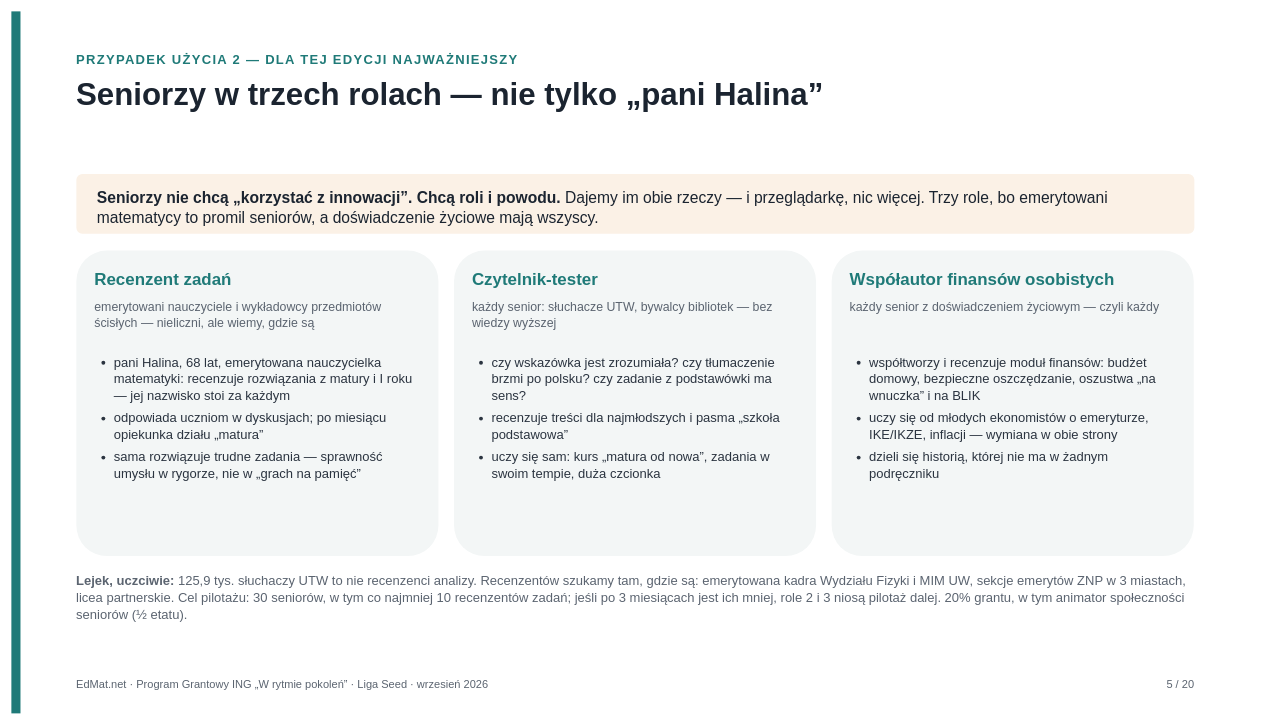
This is page "5 Seniorzy w trzech rolach" (5 of 21) of grant/ING-2026/EdMat-ING-2026.drawio from tryingtodosth/edmat, a draw.io file, before an edit. Source tidied: cells renumbered, new cells numbered last; positions are measured from the earlier drawing's top-left corner, leaving out a move shared by most shapes. Both pictures are drawn from the tidied source at 65%, with x=0, y=0 at pixel (11, 11).
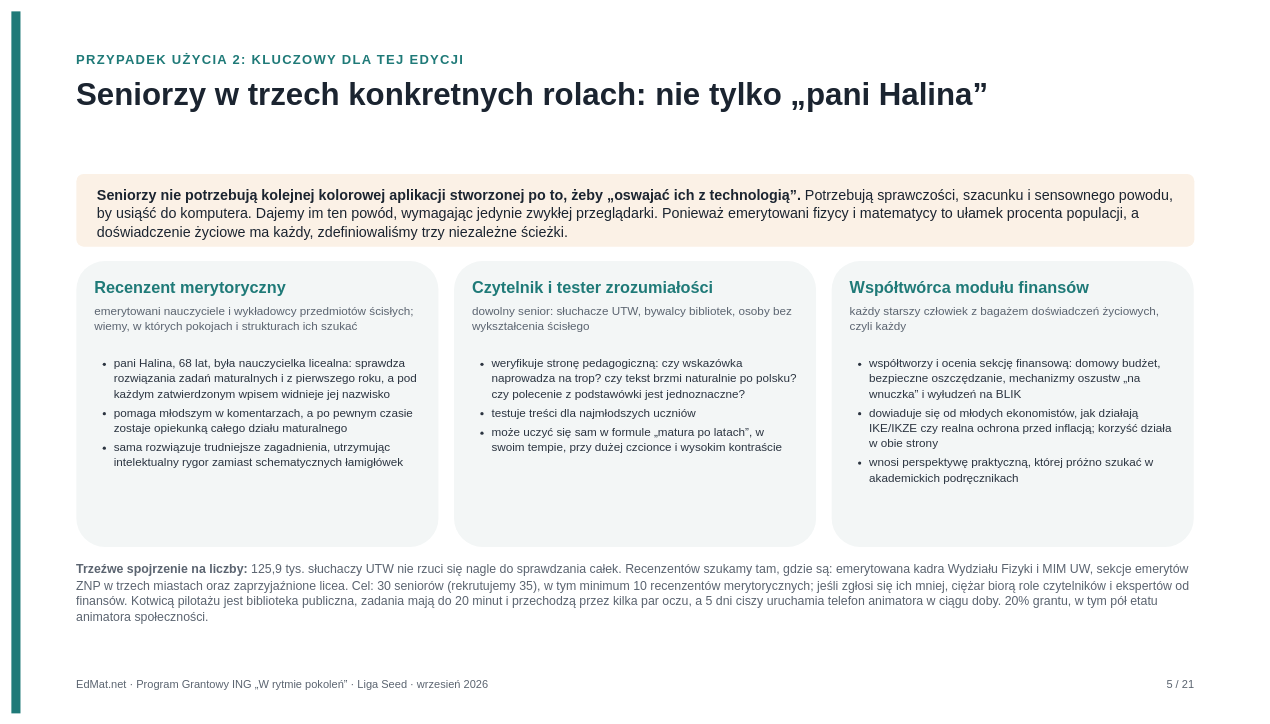
The same page after the edit.

What changed in the source:
```diff
@@
-    <mxCell id="4" value="&lt;span style=&quot;letter-spacing:2px&quot;&gt;PRZYPADEK UŻYCIA 2 — DLA TEJ EDYCJI NAJWAŻNIEJSZY&lt;/span&gt;" style="text;html=1;strokeColor=none;fillColor=none;align=left;verticalAlign=top;whiteSpace=wrap;overflow=visible;fontFamily=Helvetica;fontSize=20;fontColor=#1F7A78;fontStyle=1;spacing=0;spacingTop=0;spacingLeft=0;spacingRight=0;spacingBottom=0;" parent="1" vertex="1">
+    <mxCell id="4" value="&lt;span style=&quot;letter-spacing:2px&quot;&gt;PRZYPADEK UŻYCIA 2: KLUCZOWY DLA TEJ EDYCJI&lt;/span&gt;" style="text;html=1;strokeColor=none;fillColor=none;align=left;verticalAlign=top;whiteSpace=wrap;overflow=visible;fontFamily=Helvetica;fontSize=20;fontColor=#1F7A78;fontStyle=1;spacing=0;spacingTop=0;spacingLeft=0;spacingRight=0;spacingBottom=0;" parent="1" vertex="1">
       <mxGeometry x="100" y="58" width="1720" height="34" as="geometry" />
     </mxCell>
-    <mxCell id="5" value="&lt;div style=&quot;line-height:1.15&quot;&gt;Seniorzy w trzech rolach — nie tylko „pani Halina”&lt;/div&gt;" style="text;html=1;strokeColor=none;fillColor=none;align=left;verticalAlign=top;whiteSpace=wrap;overflow=visible;fontFamily=Helvetica;fontSize=48;fontColor=#1B2430;fontStyle=1;spacing=0;spacingTop=0;spacingLeft=0;spacingRight=0;spacingBottom=0;" parent="1" vertex="1">
+    <mxCell id="5" value="&lt;div style=&quot;line-height:1.15&quot;&gt;Seniorzy w trzech konkretnych rolach: nie tylko „pani Halina”&lt;/div&gt;" style="text;html=1;strokeColor=none;fillColor=none;align=left;verticalAlign=top;whiteSpace=wrap;overflow=visible;fontFamily=Helvetica;fontSize=48;fontColor=#1B2430;fontStyle=1;spacing=0;spacingTop=0;spacingLeft=0;spacingRight=0;spacingBottom=0;" parent="1" vertex="1">
       <mxGeometry x="100" y="96" width="1720" height="120" as="geometry" />
     </mxCell>
     <mxCell id="6" style="rounded=1;arcSize=10;whiteSpace=wrap;html=1;fillColor=#FBF1E6;strokeColor=none;strokeWidth=1;fontFamily=Helvetica;" parent="1" vertex="1">
-      <mxGeometry x="100" y="250" width="1720" height="92" as="geometry" />
+      <mxGeometry x="100" y="250" width="1720" height="112" as="geometry" />
     </mxCell>
-    <mxCell id="7" value="&lt;div style=&quot;line-height:1.3&quot;&gt;&lt;b&gt;Seniorzy nie chcą „korzystać z innowacji”. Chcą roli i powodu.&lt;/b&gt; Dajemy im obie rzeczy — i przeglądarkę, nic więcej. Trzy role, bo emerytowani matematycy to promil seniorów, a doświadczenie życiowe mają wszyscy.&lt;/div&gt;" style="text;html=1;strokeColor=none;fillColor=none;align=left;verticalAlign=top;whiteSpace=wrap;overflow=visible;fontFamily=Helvetica;fontSize=24;fontColor=#1B2430;fontStyle=0;spacing=0;spacingTop=0;spacingLeft=0;spacingRight=0;spacingBottom=0;" parent="1" vertex="1">
-      <mxGeometry x="132" y="266" width="1656" height="70" as="geometry" />
+    <mxCell id="7" value="&lt;div style=&quot;line-height:1.3&quot;&gt;&lt;b&gt;Seniorzy nie potrzebują kolejnej kolorowej aplikacji stworzonej po to, żeby „oswajać ich z technologią”.&lt;/b&gt; Potrzebują sprawczości, szacunku i sensownego powodu, by usiąść do komputera. Dajemy im ten powód, wymagając jedynie zwykłej przeglądarki. Ponieważ emerytowani fizycy i matematycy to ułamek procenta populacji, a doświadczenie życiowe ma każdy, zdefiniowaliśmy trzy niezależne ścieżki.&lt;/div&gt;" style="text;html=1;strokeColor=none;fillColor=none;align=left;verticalAlign=top;whiteSpace=wrap;overflow=visible;fontFamily=Helvetica;fontSize=22;fontColor=#1B2430;fontStyle=0;spacing=0;spacingTop=0;spacingLeft=0;spacingRight=0;spacingBottom=0;" parent="1" vertex="1">
+      <mxGeometry x="132" y="264" width="1656" height="90" as="geometry" />
     </mxCell>
     <mxCell id="8" style="rounded=1;arcSize=10;whiteSpace=wrap;html=1;fillColor=#F3F6F6;strokeColor=none;strokeWidth=1;fontFamily=Helvetica;" parent="1" vertex="1">
-      <mxGeometry x="100" y="368" width="557" height="470" as="geometry" />
+      <mxGeometry x="100" y="384" width="557" height="440" as="geometry" />
     </mxCell>
-    <mxCell id="9" value="&lt;div style=&quot;line-height:1.3&quot;&gt;Recenzent zadań&lt;/div&gt;" style="text;html=1;strokeColor=none;fillColor=none;align=left;verticalAlign=top;whiteSpace=wrap;overflow=visible;fontFamily=Helvetica;fontSize=26;fontColor=#1F7A78;fontStyle=1;spacing=0;spacingTop=0;spacingLeft=0;spacingRight=0;spacingBottom=0;" parent="1" vertex="1">
-      <mxGeometry x="128" y="392" width="501" height="44" as="geometry" />
+    <mxCell id="9" value="&lt;div style=&quot;line-height:1.3&quot;&gt;Recenzent merytoryczny&lt;/div&gt;" style="text;html=1;strokeColor=none;fillColor=none;align=left;verticalAlign=top;whiteSpace=wrap;overflow=visible;fontFamily=Helvetica;fontSize=25;fontColor=#1F7A78;fontStyle=1;spacing=0;spacingTop=0;spacingLeft=0;spacingRight=0;spacingBottom=0;" parent="1" vertex="1">
+      <mxGeometry x="128" y="404" width="501" height="44" as="geometry" />
     </mxCell>
-    <mxCell id="10" value="&lt;div style=&quot;line-height:1.3&quot;&gt;&lt;span style=&quot;color:#5B6470&quot;&gt;emerytowani nauczyciele i wykładowcy przedmiotów ścisłych — nieliczni, ale wiemy, gdzie są&lt;/span&gt;&lt;/div&gt;" style="text;html=1;strokeColor=none;fillColor=none;align=left;verticalAlign=top;whiteSpace=wrap;overflow=visible;fontFamily=Helvetica;fontSize=19;fontColor=#2B3440;fontStyle=0;spacing=0;spacingTop=0;spacingLeft=0;spacingRight=0;spacingBottom=0;" parent="1" vertex="1">
-      <mxGeometry x="128" y="438" width="501" height="80" as="geometry" />
+    <mxCell id="10" value="&lt;div style=&quot;line-height:1.3&quot;&gt;&lt;span style=&quot;color:#5B6470&quot;&gt;emerytowani nauczyciele i wykładowcy przedmiotów ścisłych; wiemy, w których pokojach i strukturach ich szukać&lt;/span&gt;&lt;/div&gt;" style="text;html=1;strokeColor=none;fillColor=none;align=left;verticalAlign=top;whiteSpace=wrap;overflow=visible;fontFamily=Helvetica;fontSize=18;fontColor=#2B3440;fontStyle=0;spacing=0;spacingTop=0;spacingLeft=0;spacingRight=0;spacingBottom=0;" parent="1" vertex="1">
+      <mxGeometry x="128" y="446" width="501" height="80" as="geometry" />
     </mxCell>
-    <mxCell id="11" value="&lt;div style=&quot;line-height:1.3&quot;&gt;&lt;ul style=&quot;margin:0;padding-left:30px&quot;&gt;&lt;li style=&quot;margin:0 0 8px 0&quot;&gt;pani Halina, 68 lat, emerytowana nauczycielka matematyki: recenzuje rozwiązania z matury i I roku — jej nazwisko stoi za każdym&lt;/li&gt;&lt;li style=&quot;margin:0 0 8px 0&quot;&gt;odpowiada uczniom w dyskusjach; po miesiącu opiekunka działu „matura”&lt;/li&gt;&lt;li style=&quot;margin:0 0 8px 0&quot;&gt;sama rozwiązuje trudne zadania — sprawność umysłu w rygorze, nie w „grach na pamięć”&lt;/li&gt;&lt;/ul&gt;&lt;/div&gt;" style="text;html=1;strokeColor=none;fillColor=none;align=left;verticalAlign=top;whiteSpace=wrap;overflow=visible;fontFamily=Helvetica;fontSize=20;fontColor=#2B3440;fontStyle=0;spacing=0;spacingTop=0;spacingLeft=0;spacingRight=0;spacingBottom=0;" parent="1" vertex="1">
-      <mxGeometry x="128" y="522" width="501" height="310" as="geometry" />
+    <mxCell id="11" value="&lt;div style=&quot;line-height:1.3&quot;&gt;&lt;ul style=&quot;margin:0;padding-left:30px&quot;&gt;&lt;li style=&quot;margin:0 0 6px 0&quot;&gt;pani Halina, 68 lat, była nauczycielka licealna: sprawdza rozwiązania zadań maturalnych i z pierwszego roku, a pod każdym zatwierdzonym wpisem widnieje jej nazwisko&lt;/li&gt;&lt;li style=&quot;margin:0 0 6px 0&quot;&gt;pomaga młodszym w komentarzach, a po pewnym czasie zostaje opiekunką całego działu maturalnego&lt;/li&gt;&lt;li style=&quot;margin:0 0 6px 0&quot;&gt;sama rozwiązuje trudniejsze zagadnienia, utrzymując intelektualny rygor zamiast schematycznych łamigłówek&lt;/li&gt;&lt;/ul&gt;&lt;/div&gt;" style="text;html=1;strokeColor=none;fillColor=none;align=left;verticalAlign=top;whiteSpace=wrap;overflow=visible;fontFamily=Helvetica;fontSize=18;fontColor=#2B3440;fontStyle=0;spacing=0;spacingTop=0;spacingLeft=0;spacingRight=0;spacingBottom=0;" parent="1" vertex="1">
+      <mxGeometry x="128" y="526" width="501" height="290" as="geometry" />
     </mxCell>
     <mxCell id="12" style="rounded=1;arcSize=10;whiteSpace=wrap;html=1;fillColor=#F3F6F6;strokeColor=none;strokeWidth=1;fontFamily=Helvetica;" parent="1" vertex="1">
-      <mxGeometry x="681" y="368" width="557" height="470" as="geometry" />
+      <mxGeometry x="681" y="384" width="557" height="440" as="geometry" />
     </mxCell>
-    <mxCell id="13" value="&lt;div style=&quot;line-height:1.3&quot;&gt;Czytelnik-tester&lt;/div&gt;" style="text;html=1;strokeColor=none;fillColor=none;align=left;verticalAlign=top;whiteSpace=wrap;overflow=visible;fontFamily=Helvetica;fontSize=26;fontColor=#1F7A78;fontStyle=1;spacing=0;spacingTop=0;spacingLeft=0;spacingRight=0;spacingBottom=0;" parent="1" vertex="1">
-      <mxGeometry x="709" y="392" width="501" height="44" as="geometry" />
+    <mxCell id="13" value="&lt;div style=&quot;line-height:1.3&quot;&gt;Czytelnik i tester zrozumiałości&lt;/div&gt;" style="text;html=1;strokeColor=none;fillColor=none;align=left;verticalAlign=top;whiteSpace=wrap;overflow=visible;fontFamily=Helvetica;fontSize=25;fontColor=#1F7A78;fontStyle=1;spacing=0;spacingTop=0;spacingLeft=0;spacingRight=0;spacingBottom=0;" parent="1" vertex="1">
+      <mxGeometry x="709" y="404" width="501" height="44" as="geometry" />
     </mxCell>
-    <mxCell id="14" value="&lt;div style=&quot;line-height:1.3&quot;&gt;&lt;span style=&quot;color:#5B6470&quot;&gt;każdy senior: słuchacze UTW, bywalcy bibliotek — bez wiedzy wyższej&lt;/span&gt;&lt;/div&gt;" style="text;html=1;strokeColor=none;fillColor=none;align=left;verticalAlign=top;whiteSpace=wrap;overflow=visible;fontFamily=Helvetica;fontSize=19;fontColor=#2B3440;fontStyle=0;spacing=0;spacingTop=0;spacingLeft=0;spacingRight=0;spacingBottom=0;" parent="1" vertex="1">
-      <mxGeometry x="709" y="438" width="501" height="80" as="geometry" />
+    <mxCell id="14" value="&lt;div style=&quot;line-height:1.3&quot;&gt;&lt;span style=&quot;color:#5B6470&quot;&gt;dowolny senior: słuchacze UTW, bywalcy bibliotek, osoby bez wykształcenia ścisłego&lt;/span&gt;&lt;/div&gt;" style="text;html=1;strokeColor=none;fillColor=none;align=left;verticalAlign=top;whiteSpace=wrap;overflow=visible;fontFamily=Helvetica;fontSize=18;fontColor=#2B3440;fontStyle=0;spacing=0;spacingTop=0;spacingLeft=0;spacingRight=0;spacingBottom=0;" parent="1" vertex="1">
+      <mxGeometry x="709" y="446" width="501" height="80" as="geometry" />
     </mxCell>
-    <mxCell id="15" value="&lt;div style=&quot;line-height:1.3&quot;&gt;&lt;ul style=&quot;margin:0;padding-left:30px&quot;&gt;&lt;li style=&quot;margin:0 0 8px 0&quot;&gt;czy wskazówka jest zrozumiała? czy tłumaczenie brzmi po polsku? czy zadanie z podstawówki ma sens?&lt;/li&gt;&lt;li style=&quot;margin:0 0 8px 0&quot;&gt;recenzuje treści dla najmłodszych i pasma „szkoła podstawowa”&lt;/li&gt;&lt;li style=&quot;margin:0 0 8px 0&quot;&gt;uczy się sam: kurs „matura od nowa”, zadania w swoim tempie, duża czcionka&lt;/li&gt;&lt;/ul&gt;&lt;/div&gt;" style="text;html=1;strokeColor=none;fillColor=none;align=left;verticalAlign=top;whiteSpace=wrap;overflow=visible;fontFamily=Helvetica;fontSize=20;fontColor=#2B3440;fontStyle=0;spacing=0;spacingTop=0;spacingLeft=0;spacingRight=0;spacingBottom=0;" parent="1" vertex="1">
-      <mxGeometry x="709" y="522" width="501" height="310" as="geometry" />
+    <mxCell id="15" value="&lt;div style=&quot;line-height:1.3&quot;&gt;&lt;ul style=&quot;margin:0;padding-left:30px&quot;&gt;&lt;li style=&quot;margin:0 0 6px 0&quot;&gt;weryfikuje stronę pedagogiczną: czy wskazówka naprowadza na trop? czy tekst brzmi naturalnie po polsku? czy polecenie z podstawówki jest jednoznaczne?&lt;/li&gt;&lt;li style=&quot;margin:0 0 6px 0&quot;&gt;testuje treści dla najmłodszych uczniów&lt;/li&gt;&lt;li style=&quot;margin:0 0 6px 0&quot;&gt;może uczyć się sam w formule „matura po latach”, w swoim tempie, przy dużej czcionce i wysokim kontraście&lt;/li&gt;&lt;/ul&gt;&lt;/div&gt;" style="text;html=1;strokeColor=none;fillColor=none;align=left;verticalAlign=top;whiteSpace=wrap;overflow=visible;fontFamily=Helvetica;fontSize=18;fontColor=#2B3440;fontStyle=0;spacing=0;spacingTop=0;spacingLeft=0;spacingRight=0;spacingBottom=0;" parent="1" vertex="1">
+      <mxGeometry x="709" y="526" width="501" height="290" as="geometry" />
     </mxCell>
     <mxCell id="16" style="rounded=1;arcSize=10;whiteSpace=wrap;html=1;fillColor=#F3F6F6;strokeColor=none;strokeWidth=1;fontFamily=Helvetica;" parent="1" vertex="1">
-      <mxGeometry x="1262" y="368" width="557" height="470" as="geometry" />
+      <mxGeometry x="1262" y="384" width="557" height="440" as="geometry" />
     </mxCell>
-    <mxCell id="17" value="&lt;div style=&quot;line-height:1.3&quot;&gt;Współautor finansów osobistych&lt;/div&gt;" style="text;html=1;strokeColor=none;fillColor=none;align=left;verticalAlign=top;whiteSpace=wrap;overflow=visible;fontFamily=Helvetica;fontSize=26;fontColor=#1F7A78;fontStyle=1;spacing=0;spacingTop=0;spacingLeft=0;spacingRight=0;spacingBottom=0;" parent="1" vertex="1">
-      <mxGeometry x="1290" y="392" width="501" height="44" as="geometry" />
+    <mxCell id="17" value="&lt;div style=&quot;line-height:1.3&quot;&gt;Współtwórca modułu finansów&lt;/div&gt;" style="text;html=1;strokeColor=none;fillColor=none;align=left;verticalAlign=top;whiteSpace=wrap;overflow=visible;fontFamily=Helvetica;fontSize=25;fontColor=#1F7A78;fontStyle=1;spacing=0;spacingTop=0;spacingLeft=0;spacingRight=0;spacingBottom=0;" parent="1" vertex="1">
+      <mxGeometry x="1290" y="404" width="501" height="44" as="geometry" />
     </mxCell>
-    <mxCell id="18" value="&lt;div style=&quot;line-height:1.3&quot;&gt;&lt;span style=&quot;color:#5B6470&quot;&gt;każdy senior z doświadczeniem życiowym — czyli każdy&lt;/span&gt;&lt;/div&gt;" style="text;html=1;strokeColor=none;fillColor=none;align=left;verticalAlign=top;whiteSpace=wrap;overflow=visible;fontFamily=Helvetica;fontSize=19;fontColor=#2B3440;fontStyle=0;spacing=0;spacingTop=0;spacingLeft=0;spacingRight=0;spacingBottom=0;" parent="1" vertex="1">
-      <mxGeometry x="1290" y="438" width="501" height="80" as="geometry" />
+    <mxCell id="18" value="&lt;div style=&quot;line-height:1.3&quot;&gt;&lt;span style=&quot;color:#5B6470&quot;&gt;każdy starszy człowiek z bagażem doświadczeń życiowych, czyli każdy&lt;/span&gt;&lt;/div&gt;" style="text;html=1;strokeColor=none;fillColor=none;align=left;verticalAlign=top;whiteSpace=wrap;overflow=visible;fontFamily=Helvetica;fontSize=18;fontColor=#2B3440;fontStyle=0;spacing=0;spacingTop=0;spacingLeft=0;spacingRight=0;spacingBottom=0;" parent="1" vertex="1">
+      <mxGeometry x="1290" y="446" width="501" height="80" as="geometry" />
     </mxCell>
-    <mxCell id="19" value="&lt;div style=&quot;line-height:1.3&quot;&gt;&lt;ul style=&quot;margin:0;padding-left:30px&quot;&gt;&lt;li style=&quot;margin:0 0 8px 0&quot;&gt;współtworzy i recenzuje moduł finansów: budżet domowy, bezpieczne oszczędzanie, oszustwa „na wnuczka” i na BLIK&lt;/li&gt;&lt;li style=&quot;margin:0 0 8px 0&quot;&gt;uczy się od młodych ekonomistów o emeryturze, IKE/IKZE, inflacji — wymiana w obie strony&lt;/li&gt;&lt;li style=&quot;margin:0 0 8px 0&quot;&gt;dzieli się historią, której nie ma w żadnym podręczniku&lt;/li&gt;&lt;/ul&gt;&lt;/div&gt;" style="text;html=1;strokeColor=none;fillColor=none;align=left;verticalAlign=top;whiteSpace=wrap;overflow=visible;fontFamily=Helvetica;fontSize=20;fontColor=#2B3440;fontStyle=0;spacing=0;spacingTop=0;spacingLeft=0;spacingRight=0;spacingBottom=0;" parent="1" vertex="1">
-      <mxGeometry x="1290" y="522" width="501" height="310" as="geometry" />
+    <mxCell id="19" value="&lt;div style=&quot;line-height:1.3&quot;&gt;&lt;ul style=&quot;margin:0;padding-left:30px&quot;&gt;&lt;li style=&quot;margin:0 0 6px 0&quot;&gt;współtworzy i ocenia sekcję finansową: domowy budżet, bezpieczne oszczędzanie, mechanizmy oszustw „na wnuczka” i wyłudzeń na BLIK&lt;/li&gt;&lt;li style=&quot;margin:0 0 6px 0&quot;&gt;dowiaduje się od młodych ekonomistów, jak działają IKE/IKZE czy realna ochrona przed inflacją; korzyść działa w obie strony&lt;/li&gt;&lt;li style=&quot;margin:0 0 6px 0&quot;&gt;wnosi perspektywę praktyczną, której próżno szukać w akademickich podręcznikach&lt;/li&gt;&lt;/ul&gt;&lt;/div&gt;" style="text;html=1;strokeColor=none;fillColor=none;align=left;verticalAlign=top;whiteSpace=wrap;overflow=visible;fontFamily=Helvetica;fontSize=18;fontColor=#2B3440;fontStyle=0;spacing=0;spacingTop=0;spacingLeft=0;spacingRight=0;spacingBottom=0;" parent="1" vertex="1">
+      <mxGeometry x="1290" y="526" width="501" height="290" as="geometry" />
     </mxCell>
-    <mxCell id="20" value="&lt;div style=&quot;line-height:1.3&quot;&gt;&lt;b&gt;Lejek, uczciwie:&lt;/b&gt; 125,9 tys. słuchaczy UTW to nie recenzenci analizy. Recenzentów szukamy tam, gdzie są: emerytowana kadra Wydziału Fizyki i MIM UW, sekcje emerytów ZNP w 3 miastach, licea partnerskie. Cel pilotażu: 30 seniorów, w tym co najmniej 10 recenzentów zadań; jeśli po 3 miesiącach jest ich mniej, role 2 i 3 niosą pilotaż dalej. 20% grantu, w tym animator społeczności seniorów (½ etatu).&lt;/div&gt;" style="text;html=1;strokeColor=none;fillColor=none;align=left;verticalAlign=top;whiteSpace=wrap;overflow=visible;fontFamily=Helvetica;fontSize=20;fontColor=#5B6470;fontStyle=0;spacing=0;spacingTop=0;spacingLeft=0;spacingRight=0;spacingBottom=0;" parent="1" vertex="1">
-      <mxGeometry x="100" y="858" width="1720" height="120" as="geometry" />
+    <mxCell id="20" value="&lt;div style=&quot;line-height:1.3&quot;&gt;&lt;b&gt;Trzeźwe spojrzenie na liczby:&lt;/b&gt; 125,9 tys. słuchaczy UTW nie rzuci się nagle do sprawdzania całek. Recenzentów szukamy tam, gdzie są: emerytowana kadra Wydziału Fizyki i MIM UW, sekcje emerytów ZNP w trzech miastach oraz zaprzyjaźnione licea. Cel: 30 seniorów (rekrutujemy 35), w tym minimum 10 recenzentów merytorycznych; jeśli zgłosi się ich mniej, ciężar biorą role czytelników i ekspertów od finansów. Kotwicą pilotażu jest biblioteka publiczna, zadania mają do 20 minut i przechodzą przez kilka par oczu, a 5 dni ciszy uruchamia telefon animatora w ciągu doby. 20% grantu, w tym pół etatu animatora społeczności.&lt;/div&gt;" style="text;html=1;strokeColor=none;fillColor=none;align=left;verticalAlign=top;whiteSpace=wrap;overflow=visible;fontFamily=Helvetica;fontSize=19;fontColor=#5B6470;fontStyle=0;spacing=0;spacingTop=0;spacingLeft=0;spacingRight=0;spacingBottom=0;" parent="1" vertex="1">
+      <mxGeometry x="100" y="842" width="1720" height="150" as="geometry" />
     </mxCell>
@@
-    <mxCell id="22" value="5 / 20" style="text;html=1;strokeColor=none;fillColor=none;align=right;verticalAlign=top;whiteSpace=wrap;overflow=visible;fontFamily=Helvetica;fontSize=17;fontColor=#5B6470;fontStyle=0;spacing=0;spacingTop=0;spacingLeft=0;spacingRight=0;spacingBottom=0;" parent="1" vertex="1">
-      <mxGeometry x="1620" y="1022" width="200" height="30" as="geometry" />
-    </mxCell>
+    <mxCell id="23" value="5 / 21" style="text;html=1;strokeColor=none;fillColor=none;align=right;verticalAlign=top;whiteSpace=wrap;overflow=visible;fontFamily=Helvetica;fontSize=17;fontColor=#5B6470;fontStyle=0;spacing=0;spacingTop=0;spacingLeft=0;spacingRight=0;spacingBottom=0;" parent="1" vertex="1">
+      <mxGeometry x="1620" y="1022" width="200" height="30" as="geometry" />
+    </mxCell>
```
